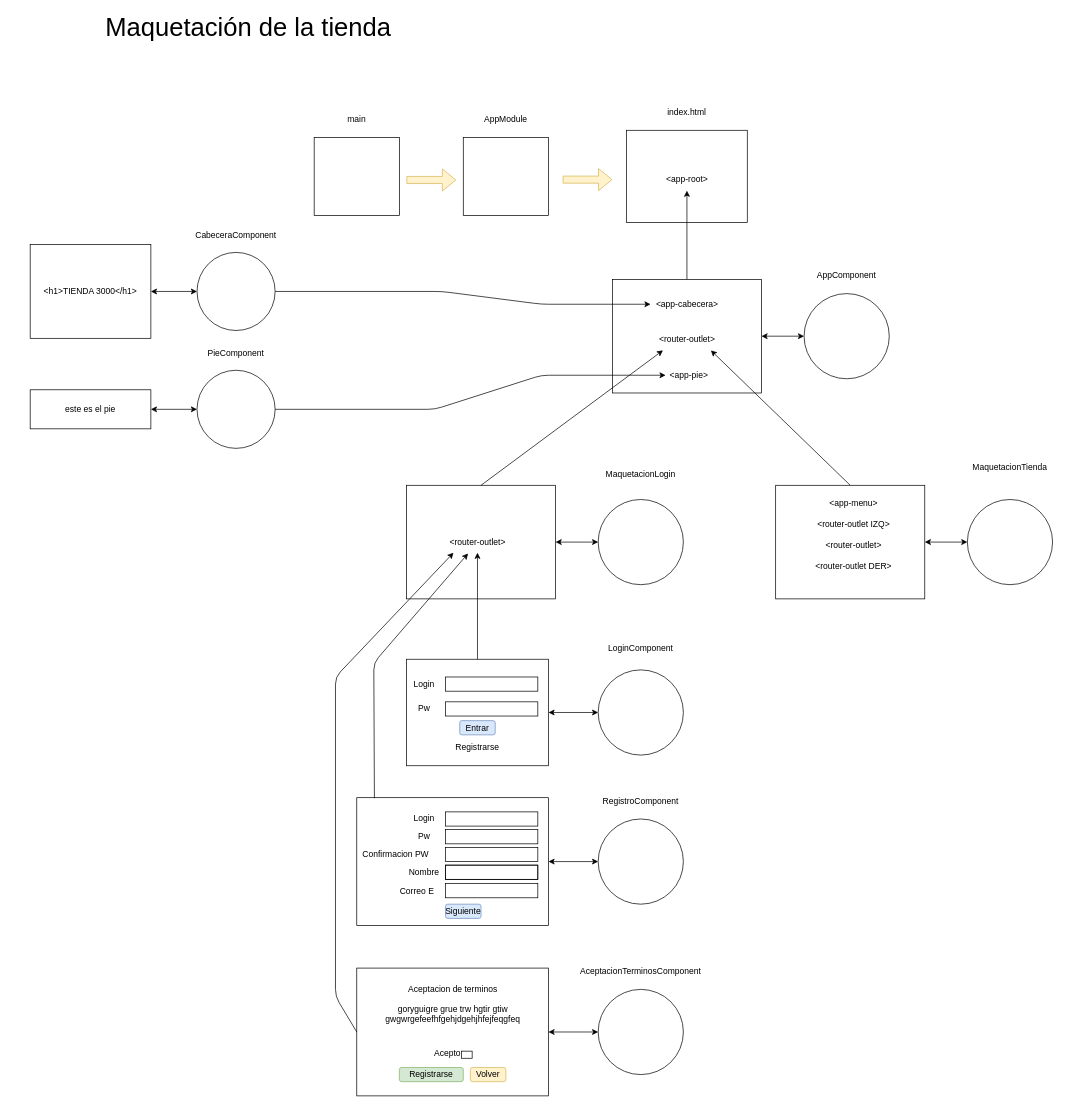
Earlier version of the draw.io diagram page "Página-39" (38 of 39) of dibujos.drawio (lrag/MEAN_2021_2). Source tidied: cells renumbered, new cells numbered last; positions are measured from the earlier drawing's top-left corner, leaving out a move shared by most shapes. Both pictures are drawn from the tidied source at 71%, with x=0, y=0 at pixel (12, 16).
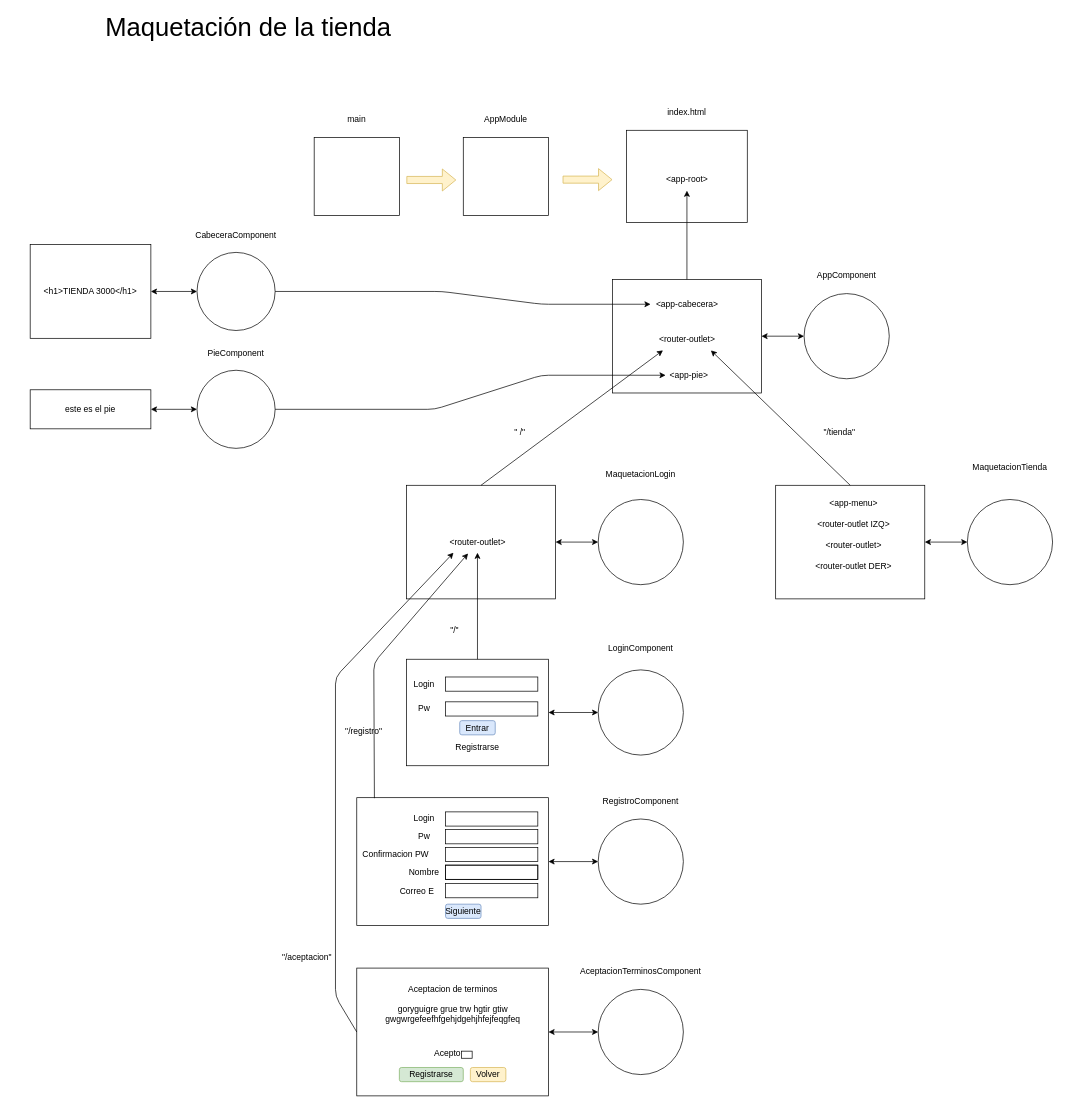
After the change.

What changed in the source:
```diff
@@
+    <mxCell id="87" value="&quot; /&quot;" style="text;html=1;strokeColor=none;fillColor=none;align=center;verticalAlign=middle;whiteSpace=wrap;rounded=0;" parent="1" vertex="1">
+      <mxGeometry x="685" y="570" width="60" height="30" as="geometry" />
+    </mxCell>
+    <mxCell id="88" value="&quot;/&quot;" style="text;html=1;strokeColor=none;fillColor=none;align=center;verticalAlign=middle;whiteSpace=wrap;rounded=0;" parent="1" vertex="1">
+      <mxGeometry x="593" y="850" width="60" height="30" as="geometry" />
+    </mxCell>
+    <mxCell id="89" value="&quot;/registro&quot;" style="text;html=1;strokeColor=none;fillColor=none;align=center;verticalAlign=middle;whiteSpace=wrap;rounded=0;" parent="1" vertex="1">
+      <mxGeometry x="465" y="992" width="60" height="30" as="geometry" />
+    </mxCell>
+    <mxCell id="90" value="&quot;/aceptacion&quot;" style="text;html=1;strokeColor=none;fillColor=none;align=center;verticalAlign=middle;whiteSpace=wrap;rounded=0;" parent="1" vertex="1">
+      <mxGeometry x="385" y="1310" width="60" height="30" as="geometry" />
+    </mxCell>
+    <mxCell id="91" value="&quot;/tienda&quot;" style="text;html=1;strokeColor=none;fillColor=none;align=center;verticalAlign=middle;whiteSpace=wrap;rounded=0;" parent="1" vertex="1">
+      <mxGeometry x="1135" y="570" width="60" height="30" as="geometry" />
+    </mxCell>
```
